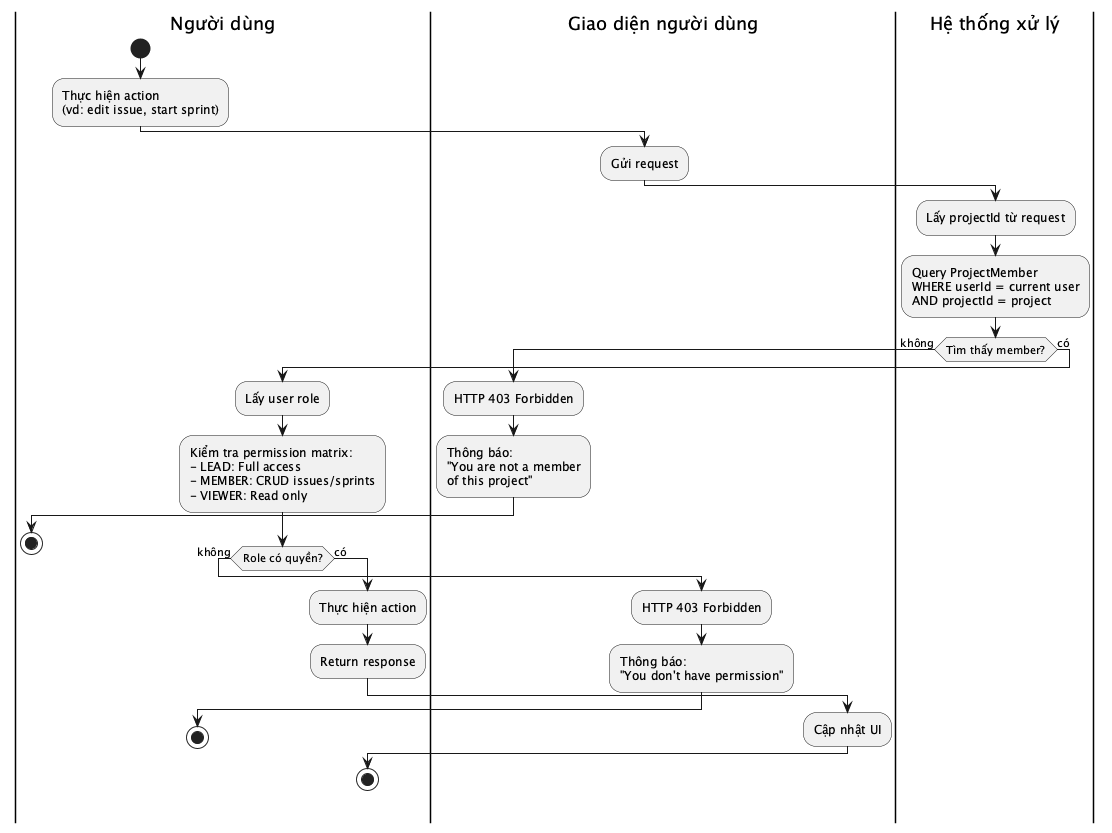
Before: reports/dat-examples/report/images/act_check_project_permission.png, a diagram exported from PlantUML (toantran292/datn). The source it was exported from:
```plantuml
@startuml act_check_project_permission
|Người dùng|
start
:Thực hiện action
(vd: edit issue, start sprint);
|Giao diện người dùng|
:Gửi request;
|Hệ thống xử lý|
:Lấy projectId từ request;
:Query ProjectMember
WHERE userId = current user
AND projectId = project;
if (Tìm thấy member?) then (không)
  |Giao diện người dùng|
  :HTTP 403 Forbidden;
  :Thông báo:
  "You are not a member
  of this project";
  |Người dùng|
  stop
else (có)
  :Lấy user role;
  :Kiểm tra permission matrix:
  - LEAD: Full access
  - MEMBER: CRUD issues/sprints
  - VIEWER: Read only;
  if (Role có quyền?) then (không)
    |Giao diện người dùng|
    :HTTP 403 Forbidden;
    :Thông báo:
    "You don't have permission";
    |Người dùng|
    stop
  else (có)
    :Thực hiện action;
    :Return response;
    |Giao diện người dùng|
    :Cập nhật UI;
    |Người dùng|
    stop
  endif
endif
@enduml
```
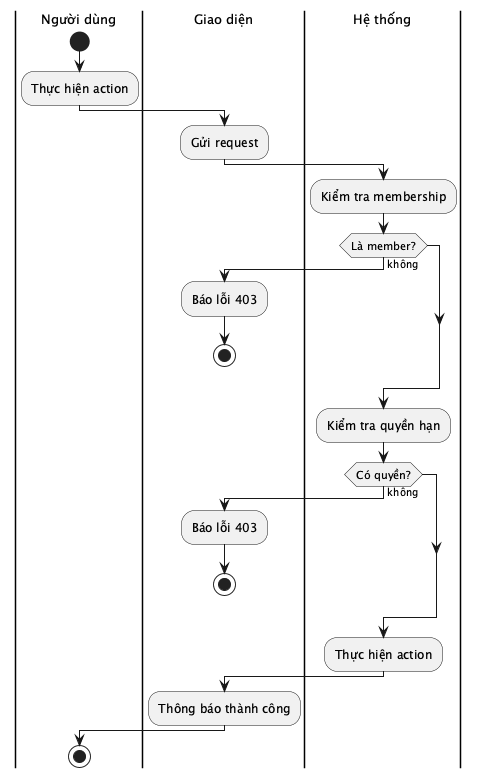
After the commit.

The edit, as a diff of the source:
```diff
@@ -1,43 +1,41 @@
 @startuml act_check_project_permission
+skinparam defaultFontSize 13
+skinparam activityFontSize 12
+skinparam activityDiamondFontSize 11
+skinparam activityArrowFontSize 10
+skinparam partitionFontSize 13
+
 |Người dùng|
 start
-:Thực hiện action
-(vd: edit issue, start sprint);
-|Giao diện người dùng|
+:Thực hiện action;
+
+|Giao diện|
 :Gửi request;
-|Hệ thống xử lý|
-:Lấy projectId từ request;
-:Query ProjectMember
-WHERE userId = current user
-AND projectId = project;
-if (Tìm thấy member?) then (không)
-  |Giao diện người dùng|
-  :HTTP 403 Forbidden;
-  :Thông báo:
-  "You are not a member
-  of this project";
-  |Người dùng|
+
+|Hệ thống|
+:Kiểm tra membership;
+
+if (Là member?) then (không)
+  |Giao diện|
+  :Báo lỗi 403;
   stop
-else (có)
-  :Lấy user role;
-  :Kiểm tra permission matrix:
-  - LEAD: Full access
-  - MEMBER: CRUD issues/sprints
-  - VIEWER: Read only;
-  if (Role có quyền?) then (không)
-    |Giao diện người dùng|
-    :HTTP 403 Forbidden;
-    :Thông báo:
-    "You don't have permission";
-    |Người dùng|
-    stop
-  else (có)
-    :Thực hiện action;
-    :Return response;
-    |Giao diện người dùng|
-    :Cập nhật UI;
-    |Người dùng|
-    stop
-  endif
 endif
+
+|Hệ thống|
+:Kiểm tra quyền hạn;
+
+if (Có quyền?) then (không)
+  |Giao diện|
+  :Báo lỗi 403;
+  stop
+endif
+
+|Hệ thống|
+:Thực hiện action;
+
+|Giao diện|
+:Thông báo thành công;
+
+|Người dùng|
+stop
 @enduml
```
